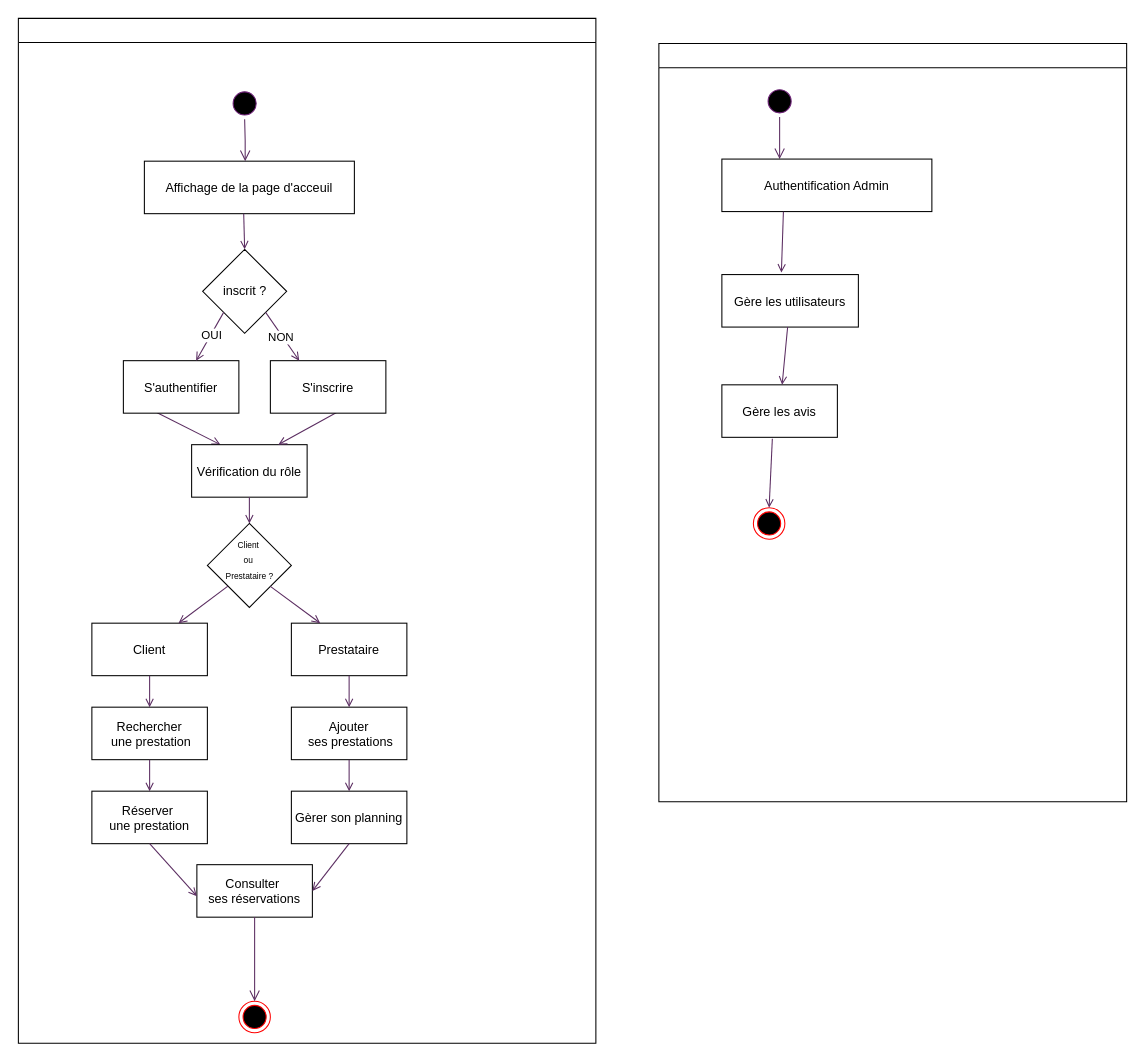
Earlier version of the draw.io diagram ActivityBB.drawio (Steony/BeautyBookerApp). Source tidied: cells renumbered, new cells numbered last; positions are measured from the earlier drawing's top-left corner, leaving out a move shared by most shapes. Both pictures are drawn from the tidied source at 105%, with x=0, y=0 at pixel (18, 18).
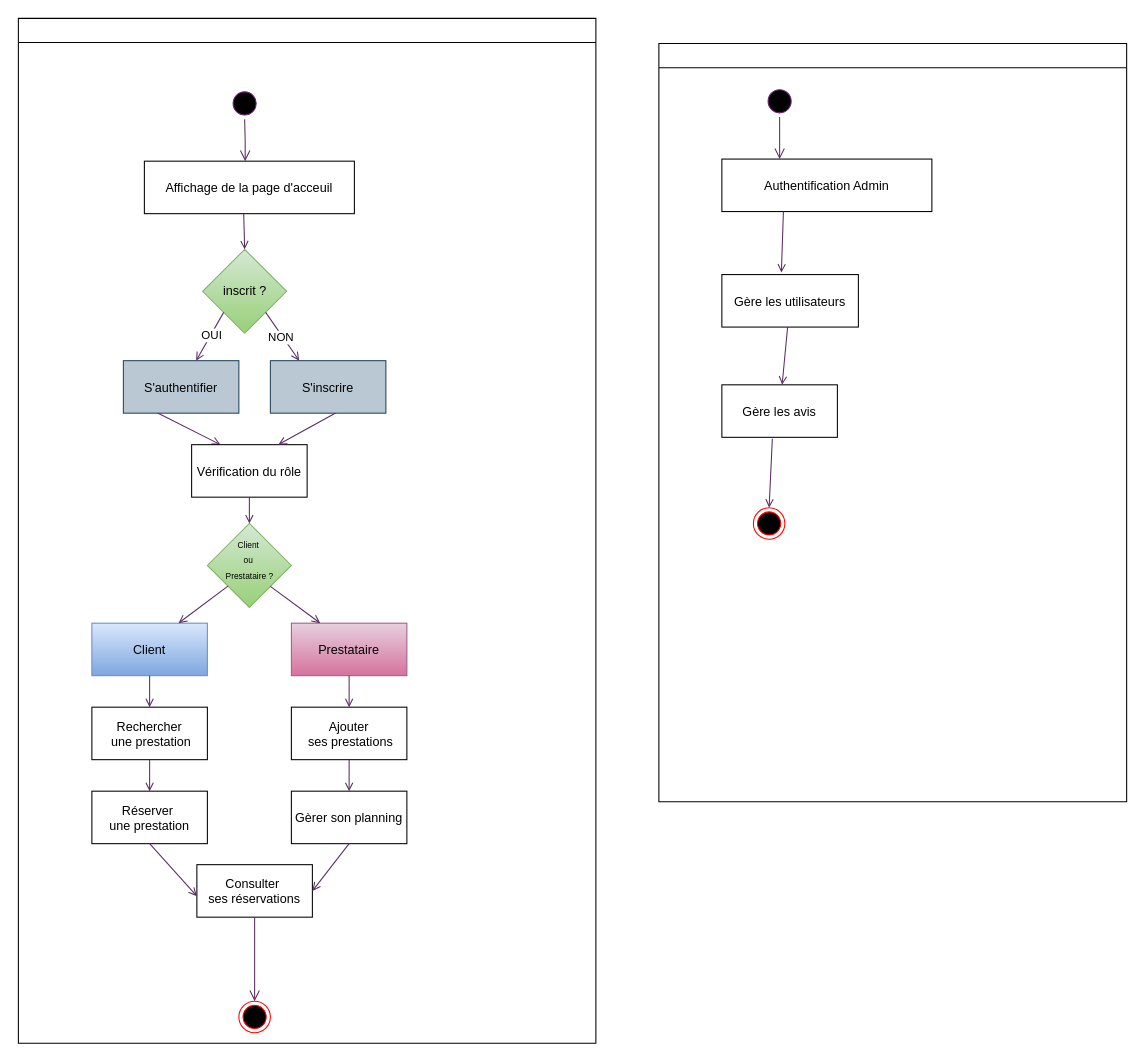
After the change.

Commit message (it also covers changes not shown here):
Mettre à jour ActivityBB.drawio

The change refers to these unchanged cells:
```xml
<mxCell id="2" style="swimlane;whiteSpace=wrap;startSize=23;" parent="1" vertex="1">
  <mxGeometry width="550" height="976" as="geometry" />
</mxCell>
```

The edit, as a diff of the source:
```diff
@@
-    <mxCell id="6" value="inscrit ?" style="rhombus;whiteSpace=wrap;html=1;" parent="2" vertex="1">
+    <mxCell id="6" value="inscrit ?" style="rhombus;whiteSpace=wrap;html=1;fillColor=#d5e8d4;strokeColor=#82b366;gradientColor=#97d077;" parent="2" vertex="1">
       <mxGeometry x="175.5" y="220" width="80" height="80" as="geometry" />
     </mxCell>
-    <mxCell id="7" value="S'authentifier" parent="2" vertex="1">
+    <mxCell id="7" value="S'authentifier" style="fillColor=#bac8d3;strokeColor=#23445d;" parent="2" vertex="1">
       <mxGeometry x="100" y="326" width="110" height="50" as="geometry" />
     </mxCell>
@@
-    <mxCell id="10" value="S'inscrire" parent="2" vertex="1">
+    <mxCell id="10" value="S'inscrire" style="fillColor=#bac8d3;strokeColor=#23445d;" parent="2" vertex="1">
       <mxGeometry x="240" y="326" width="110" height="50" as="geometry" />
     </mxCell>
@@
-    <mxCell id="13" style="rhombus;whiteSpace=wrap;html=1;" parent="2" vertex="1">
+    <mxCell id="13" style="rhombus;whiteSpace=wrap;html=1;fillColor=#d5e8d4;gradientColor=#97d077;strokeColor=#82b366;" parent="2" vertex="1">
       <mxGeometry x="180" y="481" width="80" height="80" as="geometry" />
     </mxCell>
@@
-    <mxCell id="21" value="Client" parent="2" vertex="1">
+    <mxCell id="21" value="Client" style="fillColor=#dae8fc;gradientColor=#7ea6e0;strokeColor=#6c8ebf;" parent="2" vertex="1">
       <mxGeometry x="70" y="576" width="110" height="50" as="geometry" />
     </mxCell>
-    <mxCell id="22" value="Prestataire" parent="2" vertex="1">
+    <mxCell id="22" value="Prestataire" style="fillColor=#e6d0de;gradientColor=#d5739d;strokeColor=#996185;" parent="2" vertex="1">
       <mxGeometry x="260" y="576" width="110" height="50" as="geometry" />
     </mxCell>
```
